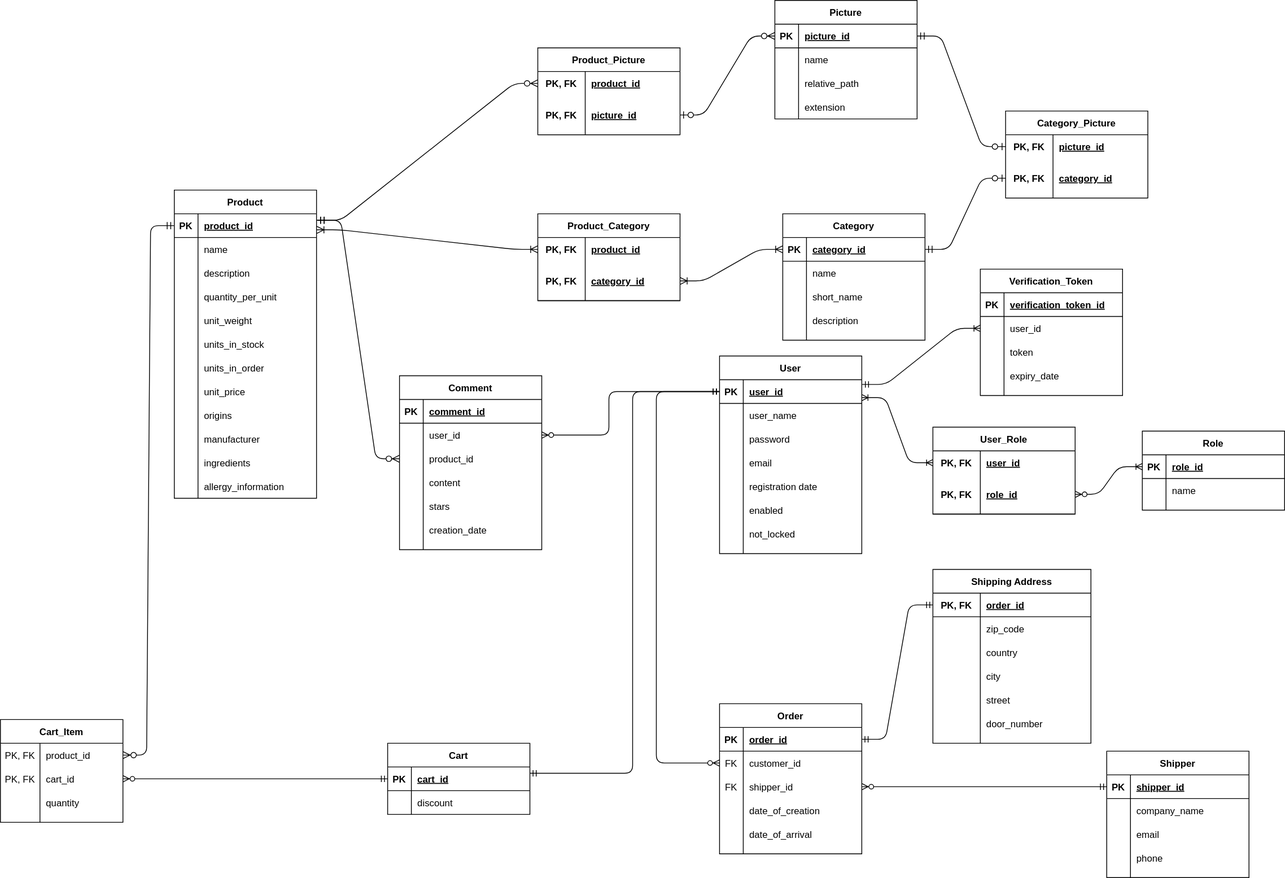
LyakhnitskiyDP/VigilantBean keeps this draw.io diagram as VB_UML.svg. Above is the earlier version. Source tidied: cells renumbered, new cells last; positions are measured from the earlier drawing's top-left corner, leaving out a move shared by most shapes.
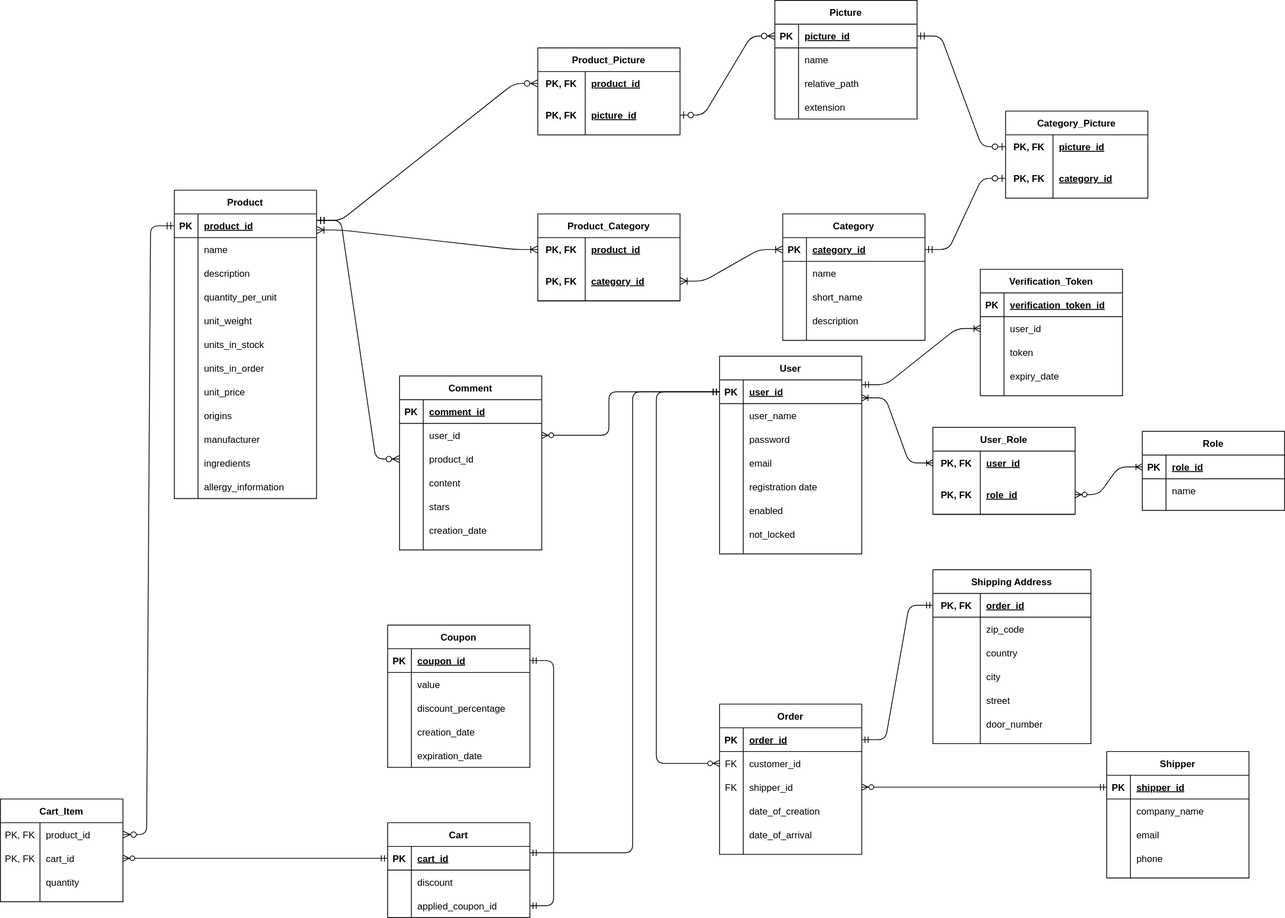
The same file after the commit.

What changed in the source:
```diff
@@ -285,7 +285,7 @@
       <mxGeometry relative="1" as="geometry" />
     </mxCell>
     <mxCell id="96" value="Cart_Item" style="shape=table;startSize=30;rowLines=0;fontStyle=1;align=center;" parent="1" vertex="1">
-      <mxGeometry y="910" width="155" height="130" as="geometry" />
+      <mxGeometry y="1010" width="155" height="130" as="geometry" />
     </mxCell>
     <mxCell id="97" style="shape=partialRectangle;fillColor=none;top=0;left=0;bottom=0;right=0;points=[[0,0.5],[1,0.5]];portConstraint=eastwest;" parent="96" vertex="1">
       <mxGeometry y="30" width="155" height="30" as="geometry" />
@@ -315,7 +315,7 @@
       <mxGeometry x="50" width="105" height="30" as="geometry" />
     </mxCell>
     <mxCell id="106" value="Cart" style="shape=table;startSize=30;rowLines=0;fontStyle=1;align=center;" parent="1" vertex="1">
-      <mxGeometry x="490" y="940" width="180" height="90" as="geometry" />
+      <mxGeometry x="490" y="1040" width="180" height="120" as="geometry" />
     </mxCell>
     <mxCell id="107" style="shape=partialRectangle;fillColor=none;top=0;left=0;bottom=1;right=0;points=[[0,0.5],[1,0.5]];portConstraint=eastwest;" parent="106" vertex="1">
       <mxGeometry y="30" width="180" height="30" as="geometry" />
@@ -335,6 +335,15 @@
     <mxCell id="112" value="discount" style="shape=partialRectangle;fillColor=none;top=0;left=0;bottom=0;right=0;align=left;spacingLeft=6;overflow=hidden;" parent="110" vertex="1">
       <mxGeometry x="30" width="150" height="30" as="geometry" />
     </mxCell>
+    <mxCell id="236" style="shape=partialRectangle;fillColor=none;top=0;left=0;bottom=0;right=0;points=[[0,0.5],[1,0.5]];portConstraint=eastwest;" parent="106" vertex="1">
+      <mxGeometry y="90" width="180" height="30" as="geometry" />
+    </mxCell>
+    <mxCell id="237" style="shape=partialRectangle;fillColor=none;top=0;left=0;bottom=0;right=0;overflow=hidden;" parent="236" vertex="1">
+      <mxGeometry width="30" height="30" as="geometry" />
+    </mxCell>
+    <mxCell id="238" value="applied_coupon_id" style="shape=partialRectangle;fillColor=none;top=0;left=0;bottom=0;right=0;align=left;spacingLeft=6;overflow=hidden;" parent="236" vertex="1">
+      <mxGeometry x="30" width="150" height="30" as="geometry" />
+    </mxCell>
     <mxCell id="113" style="edgeStyle=entityRelationEdgeStyle;fontSize=12;html=1;endArrow=ERmandOne;startArrow=ERzeroToMany;strokeWidth=1;exitX=1;exitY=0.5;exitDx=0;exitDy=0;entryX=0;entryY=0.5;entryDx=0;entryDy=0;endFill=0;startFill=1;" parent="1" edge="1" source="100" target="107">
       <mxGeometry relative="1" as="geometry" />
     </mxCell>
@@ -645,7 +654,7 @@
     <mxCell id="214" style="edgeStyle=orthogonalEdgeStyle;fontSize=12;html=1;endArrow=ERmandOne;startArrow=ERmandOne;strokeWidth=1;endFill=0;startFill=0;exitX=1;exitY=0.267;exitDx=0;exitDy=0;exitPerimeter=0;entryX=0;entryY=0.5;entryDx=0;entryDy=0;" parent="1" edge="1" source="107" target="3">
       <mxGeometry relative="1" as="geometry">
         <Array as="points">
-          <mxPoint x="800" y="978" />
+          <mxPoint x="800" y="1078" />
           <mxPoint x="800" y="495" />
         </Array>
       </mxGeometry>
@@ -717,5 +726,56 @@
         </Array>
       </mxGeometry>
     </mxCell>
+    <mxCell id="239" value="Coupon" style="shape=table;startSize=30;rowLines=0;fontStyle=1;align=center;" parent="1" vertex="1">
+      <mxGeometry x="490" y="790" width="180" height="180" as="geometry" />
+    </mxCell>
+    <mxCell id="240" style="shape=partialRectangle;fillColor=none;top=0;left=0;bottom=1;right=0;points=[[0,0.5],[1,0.5]];portConstraint=eastwest;" parent="239" vertex="1">
+      <mxGeometry y="30" width="180" height="30" as="geometry" />
+    </mxCell>
+    <mxCell id="241" value="PK" style="shape=partialRectangle;fillColor=none;top=0;left=0;bottom=0;right=0;fontStyle=1;overflow=hidden;" parent="240" vertex="1">
+      <mxGeometry width="30" height="30" as="geometry" />
+    </mxCell>
+    <mxCell id="242" value="coupon_id" style="shape=partialRectangle;fillColor=none;top=0;left=0;bottom=0;right=0;align=left;spacingLeft=6;fontStyle=5;overflow=hidden;" parent="240" vertex="1">
+      <mxGeometry x="30" width="150" height="30" as="geometry" />
+    </mxCell>
+    <mxCell id="243" style="shape=partialRectangle;fillColor=none;top=0;left=0;bottom=0;right=0;" parent="239" vertex="1">
+      <mxGeometry y="60" width="180" height="30" as="geometry" />
+    </mxCell>
+    <mxCell id="244" style="shape=partialRectangle;fillColor=none;top=0;left=0;bottom=0;right=0;overflow=hidden;" parent="243" vertex="1">
+      <mxGeometry width="30" height="30" as="geometry" />
+    </mxCell>
+    <mxCell id="245" value="value" style="shape=partialRectangle;fillColor=none;top=0;left=0;bottom=0;right=0;align=left;spacingLeft=6;overflow=hidden;" parent="243" vertex="1">
+      <mxGeometry x="30" width="150" height="30" as="geometry" />
+    </mxCell>
+    <mxCell id="246" style="shape=partialRectangle;fillColor=none;top=0;left=0;bottom=0;right=0;" parent="239" vertex="1">
+      <mxGeometry y="90" width="180" height="30" as="geometry" />
+    </mxCell>
+    <mxCell id="247" style="shape=partialRectangle;fillColor=none;top=0;left=0;bottom=0;right=0;overflow=hidden;" parent="246" vertex="1">
+      <mxGeometry width="30" height="30" as="geometry" />
+    </mxCell>
+    <mxCell id="248" value="discount_percentage" style="shape=partialRectangle;fillColor=none;top=0;left=0;bottom=0;right=0;align=left;spacingLeft=6;overflow=hidden;" parent="246" vertex="1">
+      <mxGeometry x="30" width="150" height="30" as="geometry" />
+    </mxCell>
+    <mxCell id="249" style="shape=partialRectangle;fillColor=none;top=0;left=0;bottom=0;right=0;" parent="239" vertex="1">
+      <mxGeometry y="120" width="180" height="30" as="geometry" />
+    </mxCell>
+    <mxCell id="250" style="shape=partialRectangle;fillColor=none;top=0;left=0;bottom=0;right=0;overflow=hidden;" parent="249" vertex="1">
+      <mxGeometry width="30" height="30" as="geometry" />
+    </mxCell>
+    <mxCell id="251" value="creation_date" style="shape=partialRectangle;fillColor=none;top=0;left=0;bottom=0;right=0;align=left;spacingLeft=6;overflow=hidden;" parent="249" vertex="1">
+      <mxGeometry x="30" width="150" height="30" as="geometry" />
+    </mxCell>
+    <mxCell id="252" style="shape=partialRectangle;fillColor=none;top=0;left=0;bottom=0;right=0;" parent="239" vertex="1">
+      <mxGeometry y="150" width="180" height="30" as="geometry" />
+    </mxCell>
+    <mxCell id="253" style="shape=partialRectangle;fillColor=none;top=0;left=0;bottom=0;right=0;overflow=hidden;" parent="252" vertex="1">
+      <mxGeometry width="30" height="30" as="geometry" />
+    </mxCell>
+    <mxCell id="254" value="expiration_date" style="shape=partialRectangle;fillColor=none;top=0;left=0;bottom=0;right=0;align=left;spacingLeft=6;overflow=hidden;" parent="252" vertex="1">
+      <mxGeometry x="30" width="150" height="30" as="geometry" />
+    </mxCell>
+    <mxCell id="255" style="edgeStyle=entityRelationEdgeStyle;fontSize=12;html=1;endArrow=ERmandOne;startArrow=ERmandOne;strokeWidth=1;entryX=1;entryY=0.5;entryDx=0;entryDy=0;endFill=0;startFill=0;exitX=1;exitY=0.5;exitDx=0;exitDy=0;" parent="1" edge="1" source="240" target="236">
+      <mxGeometry relative="1" as="geometry" />
+    </mxCell>
   </root>
 </mxGraphModel>
```
